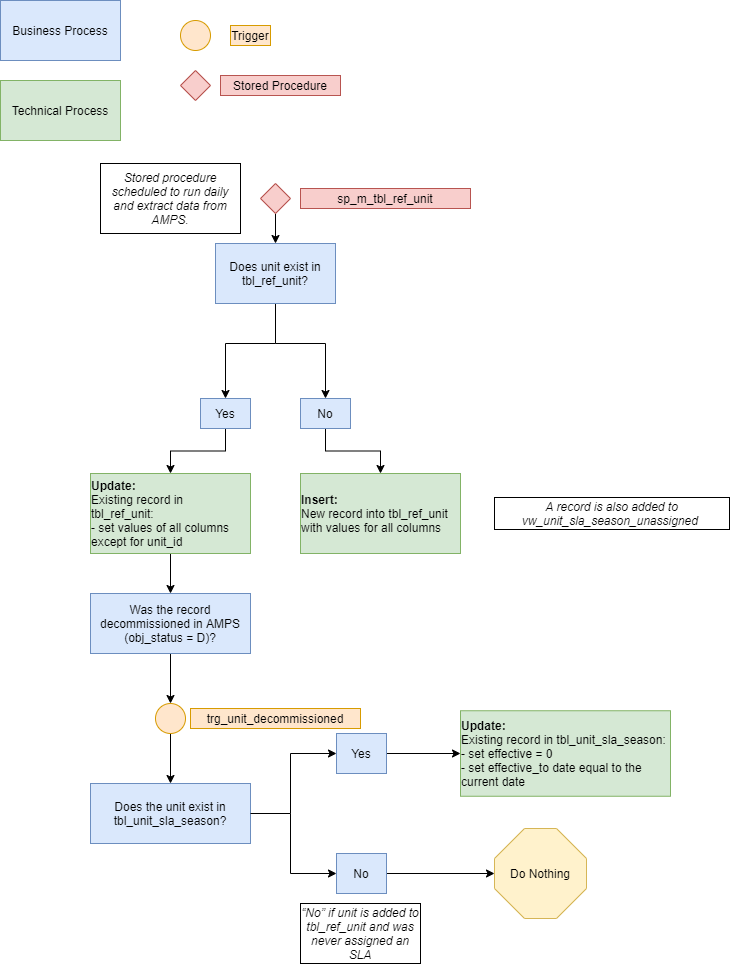
NYC-Parks/SLADB keeps this draw.io diagram as images/trg_unit_decommissioned.png. Above is the earlier version. Source tidied: cells renumbered, new cells last; positions are measured from the earlier drawing's top-left corner, leaving out a move shared by most shapes.
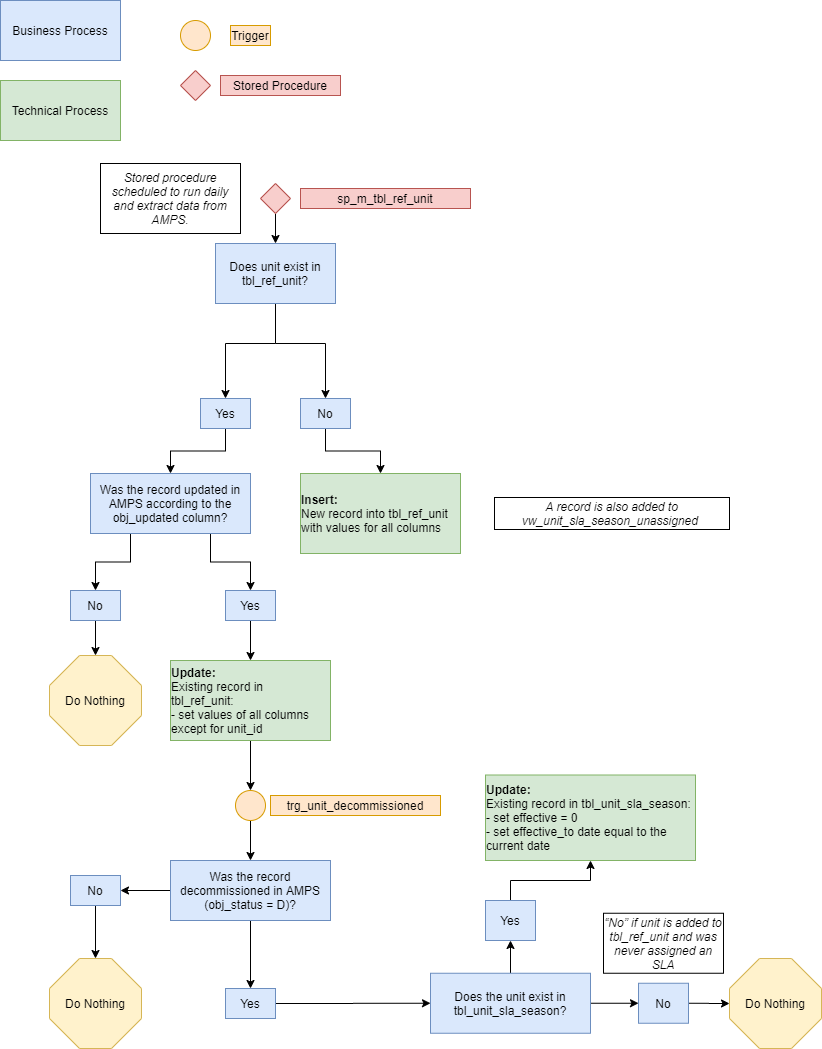
The same file after the commit.

Diff of the diagram source:
```diff
@@ -2,11 +2,14 @@
   <root>
     <mxCell id="0" />
     <mxCell id="1" parent="0" />
-    <mxCell id="2" style="edgeStyle=orthogonalEdgeStyle;rounded=0;jettySize=auto;html=1;exitX=0.5;exitY=1;exitDx=0;exitDy=0;entryX=0.5;entryY=0;entryDx=0;entryDy=0;" parent="1" edge="1" source="3" target="37">
-      <mxGeometry relative="1" as="geometry" />
-    </mxCell>
+    <mxCell id="38" style="edgeStyle=orthogonalEdgeStyle;rounded=0;jettySize=auto;html=1;exitX=0.5;exitY=1;exitDx=0;exitDy=0;entryX=0.5;entryY=0;entryDx=0;entryDy=0;" parent="1" edge="1" source="3" target="55">
+      <mxGeometry relative="1" as="geometry" />
+    </mxCell>
+    <mxCell id="39" style="edgeStyle=orthogonalEdgeStyle;rounded=0;jettySize=auto;html=1;exitX=0;exitY=0.5;exitDx=0;exitDy=0;entryX=1;entryY=0.5;entryDx=0;entryDy=0;" parent="1" edge="1" source="3" target="53">
+      <mxGeometry relative="1" as="geometry" />
+    </mxCell>
     <mxCell id="3" value="Was the record decommissioned in AMPS (obj_status = D)?" style="rounded=0;whiteSpace=wrap;html=1;fontSize=12;glass=0;strokeWidth=1;shadow=0;fillColor=#dae8fc;strokeColor=#6c8ebf;" parent="1" vertex="1">
-      <mxGeometry x="90" y="593" width="160" height="60" as="geometry" />
+      <mxGeometry x="170" y="860" width="160" height="60" as="geometry" />
     </mxCell>
     <mxCell id="4" value="Business Process" style="rounded=0;whiteSpace=wrap;html=1;fillColor=#dae8fc;strokeColor=#6c8ebf;" parent="1" vertex="1">
       <mxGeometry width="120" height="60" as="geometry" />
@@ -31,9 +34,9 @@
         <mxPoint x="275" y="343" as="sourcePoint" />
       </mxGeometry>
     </mxCell>
-    <mxCell id="11" style="edgeStyle=orthogonalEdgeStyle;rounded=0;jettySize=auto;html=1;exitX=0.5;exitY=1;exitDx=0;exitDy=0;entryX=0.5;entryY=0;entryDx=0;entryDy=0;" parent="1" edge="1" source="12" target="34">
-      <mxGeometry relative="1" as="geometry" />
-    </mxCell>
+    <mxCell id="40" style="edgeStyle=orthogonalEdgeStyle;rounded=0;jettySize=auto;html=1;exitX=0.5;exitY=1;exitDx=0;exitDy=0;entryX=0.5;entryY=0;entryDx=0;entryDy=0;" parent="1" edge="1" source="12" target="46">
+      <mxGeometry relative="1" as="geometry" />
+    </mxCell>
     <mxCell id="12" value="Yes" style="rounded=0;whiteSpace=wrap;html=1;fillColor=#dae8fc;strokeColor=#6c8ebf;" parent="1" vertex="1">
       <mxGeometry x="200" y="398" width="50" height="30" as="geometry" />
     </mxCell>
@@ -52,53 +55,43 @@
       </mxGeometry>
     </mxCell>
     <mxCell id="16" value="trg_unit_decommissioned" style="text;html=1;strokeColor=#d79b00;fillColor=#ffe6cc;align=center;verticalAlign=middle;whiteSpace=wrap;rounded=0;" parent="1" vertex="1">
-      <mxGeometry x="190" y="708" width="170" height="20" as="geometry" />
+      <mxGeometry x="270" y="795" width="170" height="20" as="geometry" />
     </mxCell>
     <mxCell id="17" value="Does unit exist in tbl_ref_unit?" style="rounded=0;whiteSpace=wrap;html=1;fillColor=#dae8fc;strokeColor=#6c8ebf;" parent="1" vertex="1">
       <mxGeometry x="215" y="243" width="120" height="60" as="geometry" />
     </mxCell>
+    <mxCell id="41" style="edgeStyle=orthogonalEdgeStyle;rounded=0;jettySize=auto;html=1;" parent="1" edge="1" source="18" target="22">
+      <mxGeometry relative="1" as="geometry" />
+    </mxCell>
+    <mxCell id="19" style="edgeStyle=orthogonalEdgeStyle;rounded=0;jettySize=auto;html=1;exitX=1;exitY=0.5;exitDx=0;exitDy=0;entryX=0;entryY=0.5;entryDx=0;entryDy=0;" parent="1" edge="1" source="18" target="24">
+      <mxGeometry relative="1" as="geometry" />
+    </mxCell>
     <mxCell id="18" value="Does the unit exist in tbl_unit_sla_season?&lt;br&gt;" style="rounded=0;whiteSpace=wrap;html=1;fillColor=#dae8fc;strokeColor=#6c8ebf;" parent="1" vertex="1">
-      <mxGeometry x="90" y="783" width="160" height="60" as="geometry" />
+      <mxGeometry x="430" y="972.8" width="160" height="60" as="geometry" />
     </mxCell>
-    <mxCell id="19" style="endArrow=classic;html=1;rounded=0;edgeStyle=orthogonalEdgeStyle;entryX=0;entryY=0.5;entryDx=0;entryDy=0;" parent="1" edge="1" source="18" target="24">
-      <mxGeometry relative="1" as="geometry">
-        <Array as="points">
-          <mxPoint x="290" y="813" />
-          <mxPoint x="290" y="873" />
-        </Array>
-      </mxGeometry>
-    </mxCell>
-    <mxCell id="20" style="endArrow=classic;html=1;edgeStyle=orthogonalEdgeStyle;rounded=0;entryX=0;entryY=0.5;entryDx=0;entryDy=0;" parent="1" edge="1" target="22">
-      <mxGeometry relative="1" as="geometry">
-        <mxPoint x="290" y="813" as="sourcePoint" />
-        <Array as="points">
-          <mxPoint x="290" y="753" />
-        </Array>
-      </mxGeometry>
-    </mxCell>
-    <mxCell id="21" style="edgeStyle=orthogonalEdgeStyle;rounded=0;jettySize=auto;html=1;entryX=0;entryY=0.5;entryDx=0;entryDy=0;" parent="1" edge="1" source="22" target="26">
+    <mxCell id="21" style="edgeStyle=orthogonalEdgeStyle;rounded=0;jettySize=auto;html=1;exitX=0.5;exitY=0;exitDx=0;exitDy=0;" parent="1" edge="1" source="22" target="26">
       <mxGeometry relative="1" as="geometry" />
     </mxCell>
     <mxCell id="22" value="Yes" style="rounded=0;whiteSpace=wrap;html=1;fillColor=#dae8fc;strokeColor=#6c8ebf;" parent="1" vertex="1">
-      <mxGeometry x="336" y="733" width="50" height="40" as="geometry" />
+      <mxGeometry x="485" y="900" width="50" height="40" as="geometry" />
     </mxCell>
     <mxCell id="23" style="edgeStyle=orthogonalEdgeStyle;rounded=0;jettySize=auto;html=1;exitX=1;exitY=0.5;exitDx=0;exitDy=0;entryX=0;entryY=0.5;entryDx=0;entryDy=0;entryPerimeter=0;" parent="1" edge="1" source="24" target="25">
       <mxGeometry relative="1" as="geometry" />
     </mxCell>
     <mxCell id="24" value="No" style="rounded=0;whiteSpace=wrap;html=1;fillColor=#dae8fc;strokeColor=#6c8ebf;" parent="1" vertex="1">
-      <mxGeometry x="336" y="853" width="50" height="40" as="geometry" />
+      <mxGeometry x="638" y="982.8" width="50" height="40" as="geometry" />
     </mxCell>
     <mxCell id="25" value="Do Nothing" style="whiteSpace=wrap;html=1;shape=mxgraph.basic.octagon2;align=center;verticalAlign=middle;dx=15;fillColor=#fff2cc;strokeColor=#d6b656;" parent="1" vertex="1">
-      <mxGeometry x="494" y="828" width="92" height="90" as="geometry" />
+      <mxGeometry x="729" y="958" width="92" height="90" as="geometry" />
     </mxCell>
     <mxCell id="26" value="&lt;div style=&quot;text-align: left&quot;&gt;&lt;b&gt;Update:&lt;/b&gt;&lt;/div&gt;&lt;div style=&quot;text-align: left&quot;&gt;Existing record in tbl_unit_sla_season:&lt;/div&gt;&lt;div style=&quot;text-align: left&quot;&gt;- set effective = 0&lt;/div&gt;&lt;div style=&quot;text-align: left&quot;&gt;- set effective_to date equal to the current date&lt;/div&gt;" style="rounded=0;whiteSpace=wrap;html=1;fillColor=#d5e8d4;strokeColor=#82b366;" parent="1" vertex="1">
-      <mxGeometry x="460" y="710.2" width="210" height="85.5" as="geometry" />
+      <mxGeometry x="485" y="774.5" width="210" height="85.5" as="geometry" />
     </mxCell>
     <mxCell id="27" value="&lt;span id=&quot;docs-internal-guid-cab402d8-7fff-18fc-b851-d093ed2a1515&quot;&gt;&lt;span style=&quot;font-family: &amp;#34;arial&amp;#34; ; background-color: transparent ; vertical-align: baseline&quot;&gt;&lt;font style=&quot;font-size: 12px&quot;&gt;&lt;i&gt;A record is also added to vw_unit_sla_season_unassigned&amp;nbsp;&lt;/i&gt;&lt;/font&gt;&lt;/span&gt;&lt;/span&gt;" style="rounded=0;whiteSpace=wrap;html=1;fillColor=none;" parent="1" vertex="1">
       <mxGeometry x="494" y="497" width="235" height="32" as="geometry" />
     </mxCell>
     <mxCell id="28" value="&lt;span id=&quot;docs-internal-guid-5fe48b0e-7fff-a765-be8b-5b3e4f1d802c&quot;&gt;&lt;span style=&quot;font-family: &amp;quot;arial&amp;quot; ; background-color: transparent ; vertical-align: baseline&quot;&gt;&lt;font style=&quot;font-size: 12px&quot;&gt;“No” if unit is added to tbl_ref_unit and was never assigned an SLA&lt;/font&gt;&lt;/span&gt;&lt;/span&gt;" style="rounded=0;whiteSpace=wrap;html=1;fillColor=none;fontStyle=2;" parent="1" vertex="1">
-      <mxGeometry x="300" y="903" width="120" height="60" as="geometry" />
+      <mxGeometry x="603" y="912.8" width="120" height="60" as="geometry" />
     </mxCell>
     <mxCell id="29" style="edgeStyle=orthogonalEdgeStyle;rounded=0;jettySize=auto;html=1;exitX=0.5;exitY=1;exitDx=0;exitDy=0;entryX=0.5;entryY=0;entryDx=0;entryDy=0;" parent="1" edge="1" source="30" target="17">
       <mxGeometry relative="1" as="geometry" />
@@ -112,20 +105,59 @@
     <mxCell id="32" value="&lt;font face=&quot;arial&quot;&gt;&lt;i&gt;Stored procedure scheduled to run daily and extract data from AMPS.&lt;/i&gt;&lt;/font&gt;" style="rounded=0;whiteSpace=wrap;html=1;fillColor=none;" parent="1" vertex="1">
       <mxGeometry x="100" y="163" width="140" height="70" as="geometry" />
     </mxCell>
-    <mxCell id="33" style="edgeStyle=orthogonalEdgeStyle;rounded=0;jettySize=auto;html=1;exitX=0.5;exitY=1;exitDx=0;exitDy=0;entryX=0.5;entryY=0;entryDx=0;entryDy=0;" parent="1" edge="1" source="34" target="3">
-      <mxGeometry relative="1" as="geometry" />
-    </mxCell>
+    <mxCell id="42" style="edgeStyle=orthogonalEdgeStyle;rounded=0;jettySize=auto;html=1;exitX=0.5;exitY=1;exitDx=0;exitDy=0;entryX=0.5;entryY=0;entryDx=0;entryDy=0;" parent="1" edge="1" source="34" target="37">
+      <mxGeometry relative="1" as="geometry" />
+    </mxCell>
     <mxCell id="34" value="&lt;div style=&quot;text-align: left&quot;&gt;&lt;b&gt;Update:&lt;/b&gt;&lt;/div&gt;&lt;div style=&quot;text-align: left&quot;&gt;Existing record in tbl_ref_unit:&lt;/div&gt;&lt;div style=&quot;text-align: left&quot;&gt;- set values of all columns except for unit_id&lt;/div&gt;" style="rounded=0;whiteSpace=wrap;html=1;fillColor=#d5e8d4;strokeColor=#82b366;" parent="1" vertex="1">
-      <mxGeometry x="90" y="473" width="160" height="80" as="geometry" />
+      <mxGeometry x="170" y="660" width="160" height="80" as="geometry" />
     </mxCell>
     <mxCell id="35" value="&lt;div style=&quot;text-align: left&quot;&gt;&lt;b&gt;Insert:&lt;/b&gt;&lt;/div&gt;&lt;div style=&quot;text-align: left&quot;&gt;New record into tbl_ref_unit with values for all columns&lt;/div&gt;" style="rounded=0;whiteSpace=wrap;html=1;fillColor=#d5e8d4;strokeColor=#82b366;" parent="1" vertex="1">
       <mxGeometry x="300" y="473" width="160" height="80" as="geometry" />
     </mxCell>
-    <mxCell id="36" style="edgeStyle=orthogonalEdgeStyle;rounded=0;jettySize=auto;html=1;exitX=0.5;exitY=1;exitDx=0;exitDy=0;entryX=0.5;entryY=0;entryDx=0;entryDy=0;" parent="1" edge="1" source="37" target="18">
-      <mxGeometry relative="1" as="geometry" />
-    </mxCell>
+    <mxCell id="43" style="edgeStyle=orthogonalEdgeStyle;rounded=0;jettySize=auto;html=1;exitX=0.5;exitY=1;exitDx=0;exitDy=0;entryX=0.5;entryY=0;entryDx=0;entryDy=0;" parent="1" edge="1" source="37" target="3">
+      <mxGeometry relative="1" as="geometry" />
+    </mxCell>
     <mxCell id="37" style="ellipse;whiteSpace=wrap;html=1;fillColor=#ffe6cc;strokeColor=#d79b00;" parent="1" vertex="1">
-      <mxGeometry x="155" y="703" width="30" height="30" as="geometry" />
+      <mxGeometry x="235" y="790" width="30" height="30" as="geometry" />
     </mxCell>
+    <mxCell id="44" style="edgeStyle=orthogonalEdgeStyle;rounded=0;jettySize=auto;html=1;exitX=0.75;exitY=1;exitDx=0;exitDy=0;entryX=0.5;entryY=0;entryDx=0;entryDy=0;" parent="1" edge="1" source="46" target="48">
+      <mxGeometry relative="1" as="geometry" />
+    </mxCell>
+    <mxCell id="45" style="edgeStyle=orthogonalEdgeStyle;rounded=0;jettySize=auto;html=1;exitX=0.25;exitY=1;exitDx=0;exitDy=0;entryX=0.5;entryY=0;entryDx=0;entryDy=0;" parent="1" edge="1" source="46" target="50">
+      <mxGeometry relative="1" as="geometry" />
+    </mxCell>
+    <mxCell id="46" value="Was the record updated in AMPS according to the obj_updated column?" style="rounded=0;whiteSpace=wrap;html=1;fillColor=#dae8fc;strokeColor=#6c8ebf;" parent="1" vertex="1">
+      <mxGeometry x="90" y="473" width="160" height="60" as="geometry" />
+    </mxCell>
+    <mxCell id="47" style="edgeStyle=orthogonalEdgeStyle;rounded=0;jettySize=auto;html=1;exitX=0.5;exitY=1;exitDx=0;exitDy=0;" parent="1" edge="1" source="48" target="34">
+      <mxGeometry relative="1" as="geometry" />
+    </mxCell>
+    <mxCell id="48" value="Yes" style="rounded=0;whiteSpace=wrap;html=1;fillColor=#dae8fc;strokeColor=#6c8ebf;" parent="1" vertex="1">
+      <mxGeometry x="225" y="590" width="50" height="30" as="geometry" />
+    </mxCell>
+    <mxCell id="49" style="edgeStyle=orthogonalEdgeStyle;rounded=0;jettySize=auto;html=1;exitX=0.5;exitY=1;exitDx=0;exitDy=0;entryX=0.5;entryY=0;entryDx=0;entryDy=0;entryPerimeter=0;" parent="1" edge="1" source="50" target="51">
+      <mxGeometry relative="1" as="geometry" />
+    </mxCell>
+    <mxCell id="50" value="No" style="rounded=0;whiteSpace=wrap;html=1;fillColor=#dae8fc;strokeColor=#6c8ebf;" parent="1" vertex="1">
+      <mxGeometry x="70" y="590" width="50" height="30" as="geometry" />
+    </mxCell>
+    <mxCell id="51" value="Do Nothing" style="whiteSpace=wrap;html=1;shape=mxgraph.basic.octagon2;align=center;verticalAlign=middle;dx=15;fillColor=#fff2cc;strokeColor=#d6b656;" parent="1" vertex="1">
+      <mxGeometry x="49" y="655" width="92" height="90" as="geometry" />
+    </mxCell>
+    <mxCell id="52" style="edgeStyle=orthogonalEdgeStyle;rounded=0;jettySize=auto;html=1;exitX=0.5;exitY=1;exitDx=0;exitDy=0;entryX=0.5;entryY=0;entryDx=0;entryDy=0;entryPerimeter=0;" parent="1" edge="1" source="53" target="56">
+      <mxGeometry relative="1" as="geometry" />
+    </mxCell>
+    <mxCell id="53" value="No" style="rounded=0;whiteSpace=wrap;html=1;fillColor=#dae8fc;strokeColor=#6c8ebf;" parent="1" vertex="1">
+      <mxGeometry x="70" y="875" width="50" height="30" as="geometry" />
+    </mxCell>
+    <mxCell id="54" style="edgeStyle=orthogonalEdgeStyle;rounded=0;jettySize=auto;html=1;exitX=1;exitY=0.5;exitDx=0;exitDy=0;entryX=0;entryY=0.5;entryDx=0;entryDy=0;" parent="1" edge="1" source="55" target="18">
+      <mxGeometry relative="1" as="geometry" />
+    </mxCell>
+    <mxCell id="55" value="Yes" style="rounded=0;whiteSpace=wrap;html=1;fillColor=#dae8fc;strokeColor=#6c8ebf;" parent="1" vertex="1">
+      <mxGeometry x="225" y="988" width="50" height="30" as="geometry" />
+    </mxCell>
+    <mxCell id="56" value="Do Nothing" style="whiteSpace=wrap;html=1;shape=mxgraph.basic.octagon2;align=center;verticalAlign=middle;dx=15;fillColor=#fff2cc;strokeColor=#d6b656;" parent="1" vertex="1">
+      <mxGeometry x="49" y="958" width="92" height="90" as="geometry" />
+    </mxCell>
   </root>
 </mxGraphModel>
```
